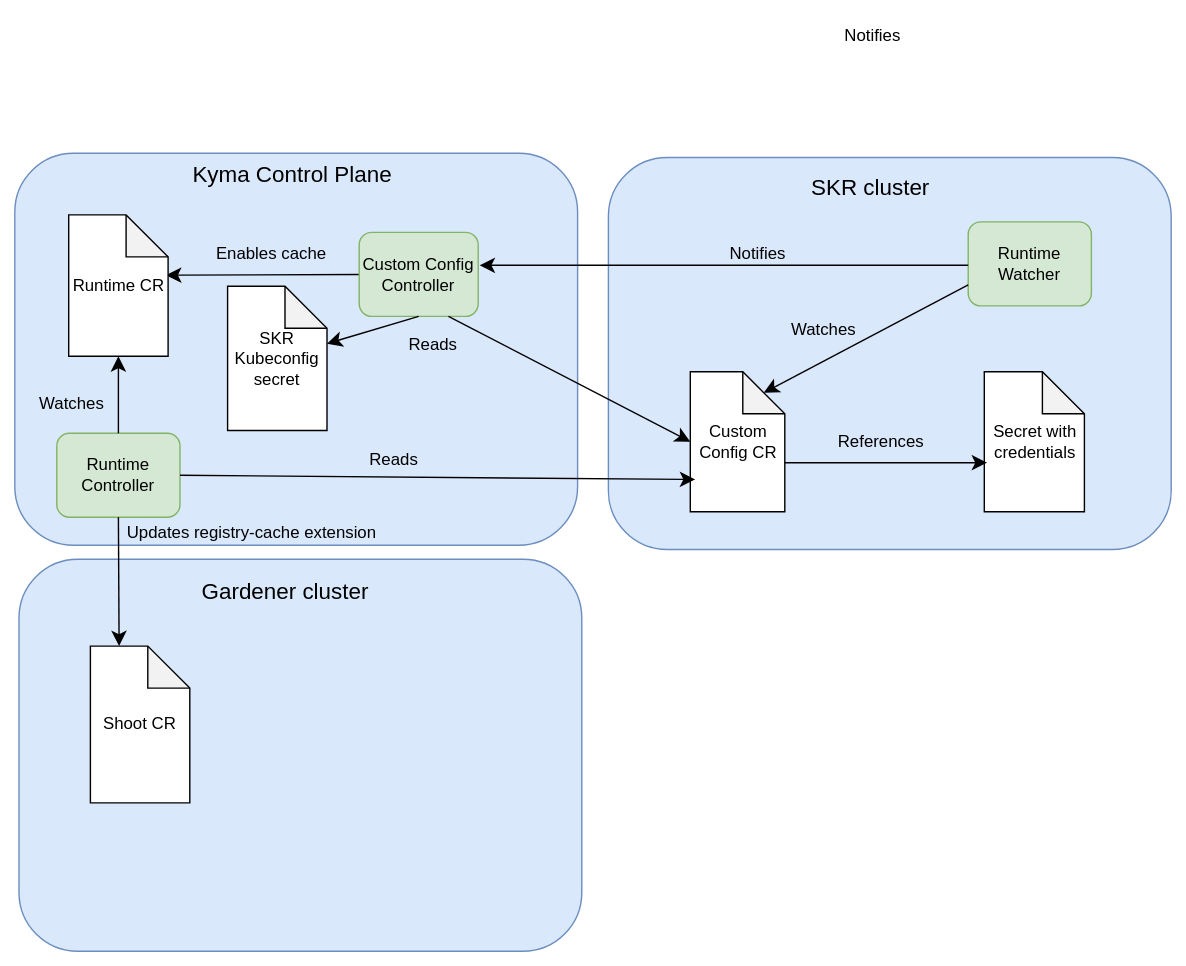
kyma-project/kyma-infrastructure-manager keeps this draw.io diagram as docs/adr/assets/caching-in-kim.drawio.svg. Above is the earlier version. Source tidied: cells renumbered, new cells last; positions are measured from the earlier drawing's top-left corner, leaving out a move shared by most shapes.
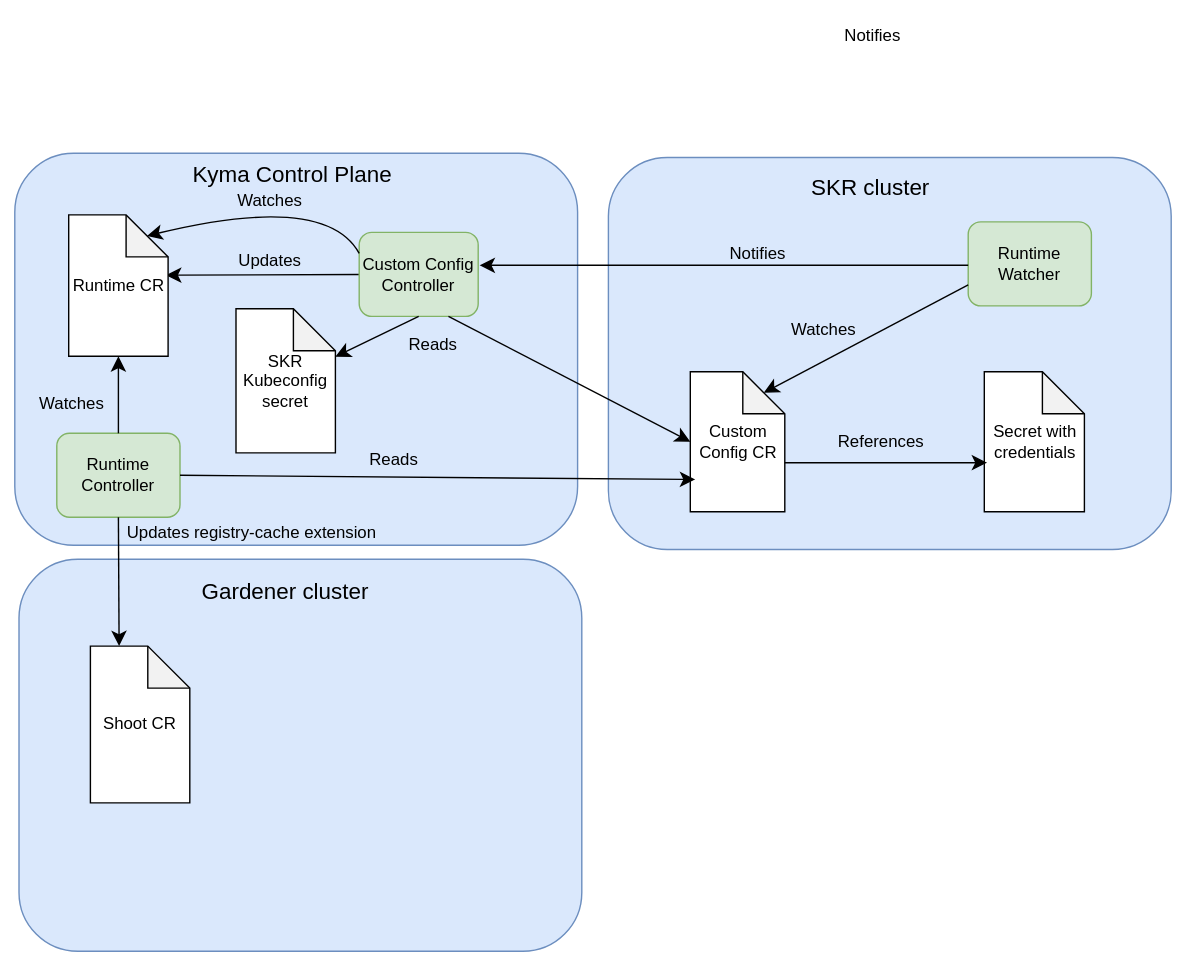
After the commit.

The edit, as a diff of the source:
```diff
@@ -88,8 +88,8 @@
     <mxCell id="26" value="Notifies" style="text;html=1;align=center;verticalAlign=middle;whiteSpace=wrap;rounded=0;" parent="1" vertex="1">
       <mxGeometry x="583" width="60" height="30" as="geometry" />
     </mxCell>
-    <mxCell id="27" value="Enables cache" style="text;html=1;align=center;verticalAlign=middle;whiteSpace=wrap;rounded=0;" parent="1" vertex="1">
-      <mxGeometry x="135" y="155.5" width="97" height="30" as="geometry" />
+    <mxCell id="27" value="Updates" style="text;html=1;align=center;verticalAlign=middle;whiteSpace=wrap;rounded=0;" parent="1" vertex="1">
+      <mxGeometry x="134" y="161" width="97" height="30" as="geometry" />
     </mxCell>
     <mxCell id="28" style="endArrow=classic;html=1;rounded=0;fontSize=12;startSize=8;endSize=8;curved=1;exitX=0;exitY=0.5;exitDx=0;exitDy=0;" parent="1" edge="1">
       <mxGeometry relative="1" as="geometry">
@@ -110,7 +110,7 @@
       <mxGeometry x="269" y="221" width="60" height="30" as="geometry" />
     </mxCell>
     <mxCell id="33" value="SKR Kubeconfig secret" style="shape=note;whiteSpace=wrap;html=1;backgroundOutline=1;darkOpacity=0.05;" parent="1" vertex="1">
-      <mxGeometry x="152" y="194" width="71" height="103" as="geometry" />
+      <mxGeometry x="158" y="210" width="71" height="103" as="geometry" />
     </mxCell>
     <mxCell id="34" style="endArrow=classic;html=1;rounded=0;fontSize=12;startSize=8;endSize=8;curved=1;exitX=0.5;exitY=1;exitDx=0;exitDy=0;" parent="1" edge="1" source="5" target="33">
       <mxGeometry relative="1" as="geometry" />
@@ -121,5 +121,15 @@
     <mxCell id="36" value="Reads" style="text;html=1;align=center;verticalAlign=middle;whiteSpace=wrap;rounded=0;" parent="1" vertex="1">
       <mxGeometry x="241" y="303" width="60" height="30" as="geometry" />
     </mxCell>
+    <mxCell id="37" style="endArrow=classic;html=1;rounded=0;fontSize=12;startSize=8;endSize=8;curved=1;exitX=0;exitY=0.25;exitDx=0;exitDy=0;entryX=0;entryY=0;entryDx=56;entryDy=15;entryPerimeter=0;" parent="1" edge="1" source="5" target="9">
+      <mxGeometry relative="1" as="geometry">
+        <Array as="points">
+          <mxPoint x="222" y="127" />
+        </Array>
+      </mxGeometry>
+    </mxCell>
+    <mxCell id="38" value="Watches" style="text;html=1;align=center;verticalAlign=middle;whiteSpace=wrap;rounded=0;" parent="1" vertex="1">
+      <mxGeometry x="134" y="118" width="97" height="30" as="geometry" />
+    </mxCell>
   </root>
 </mxGraphModel>
```
